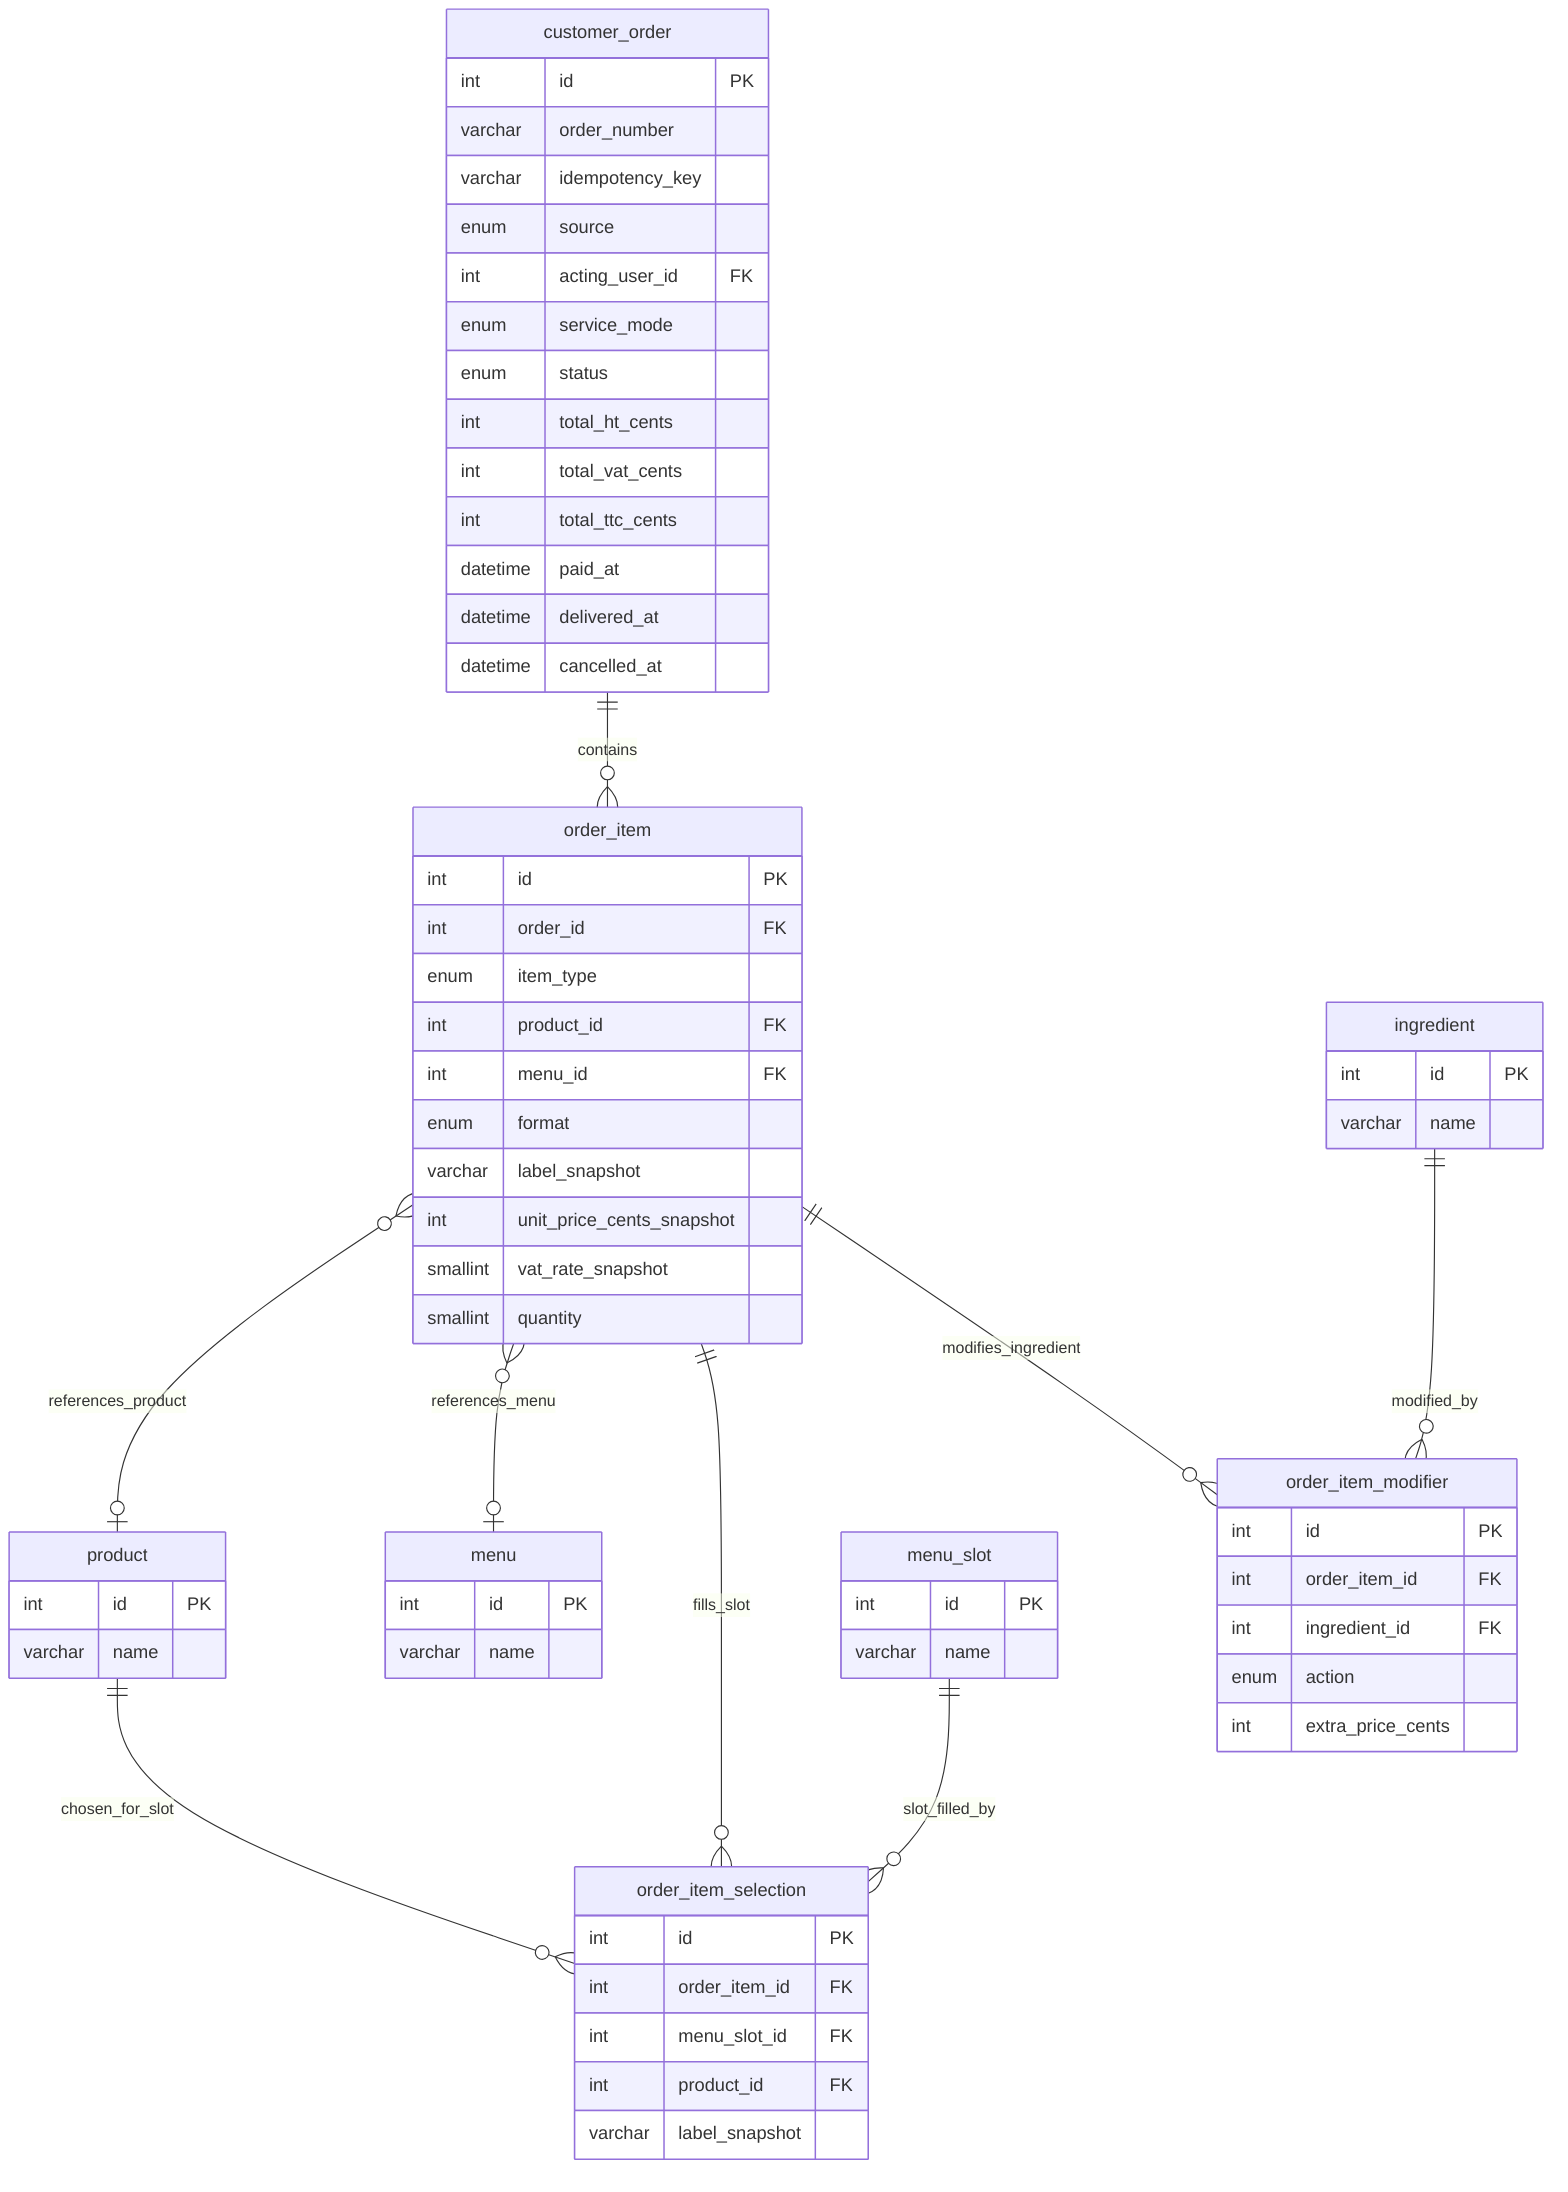
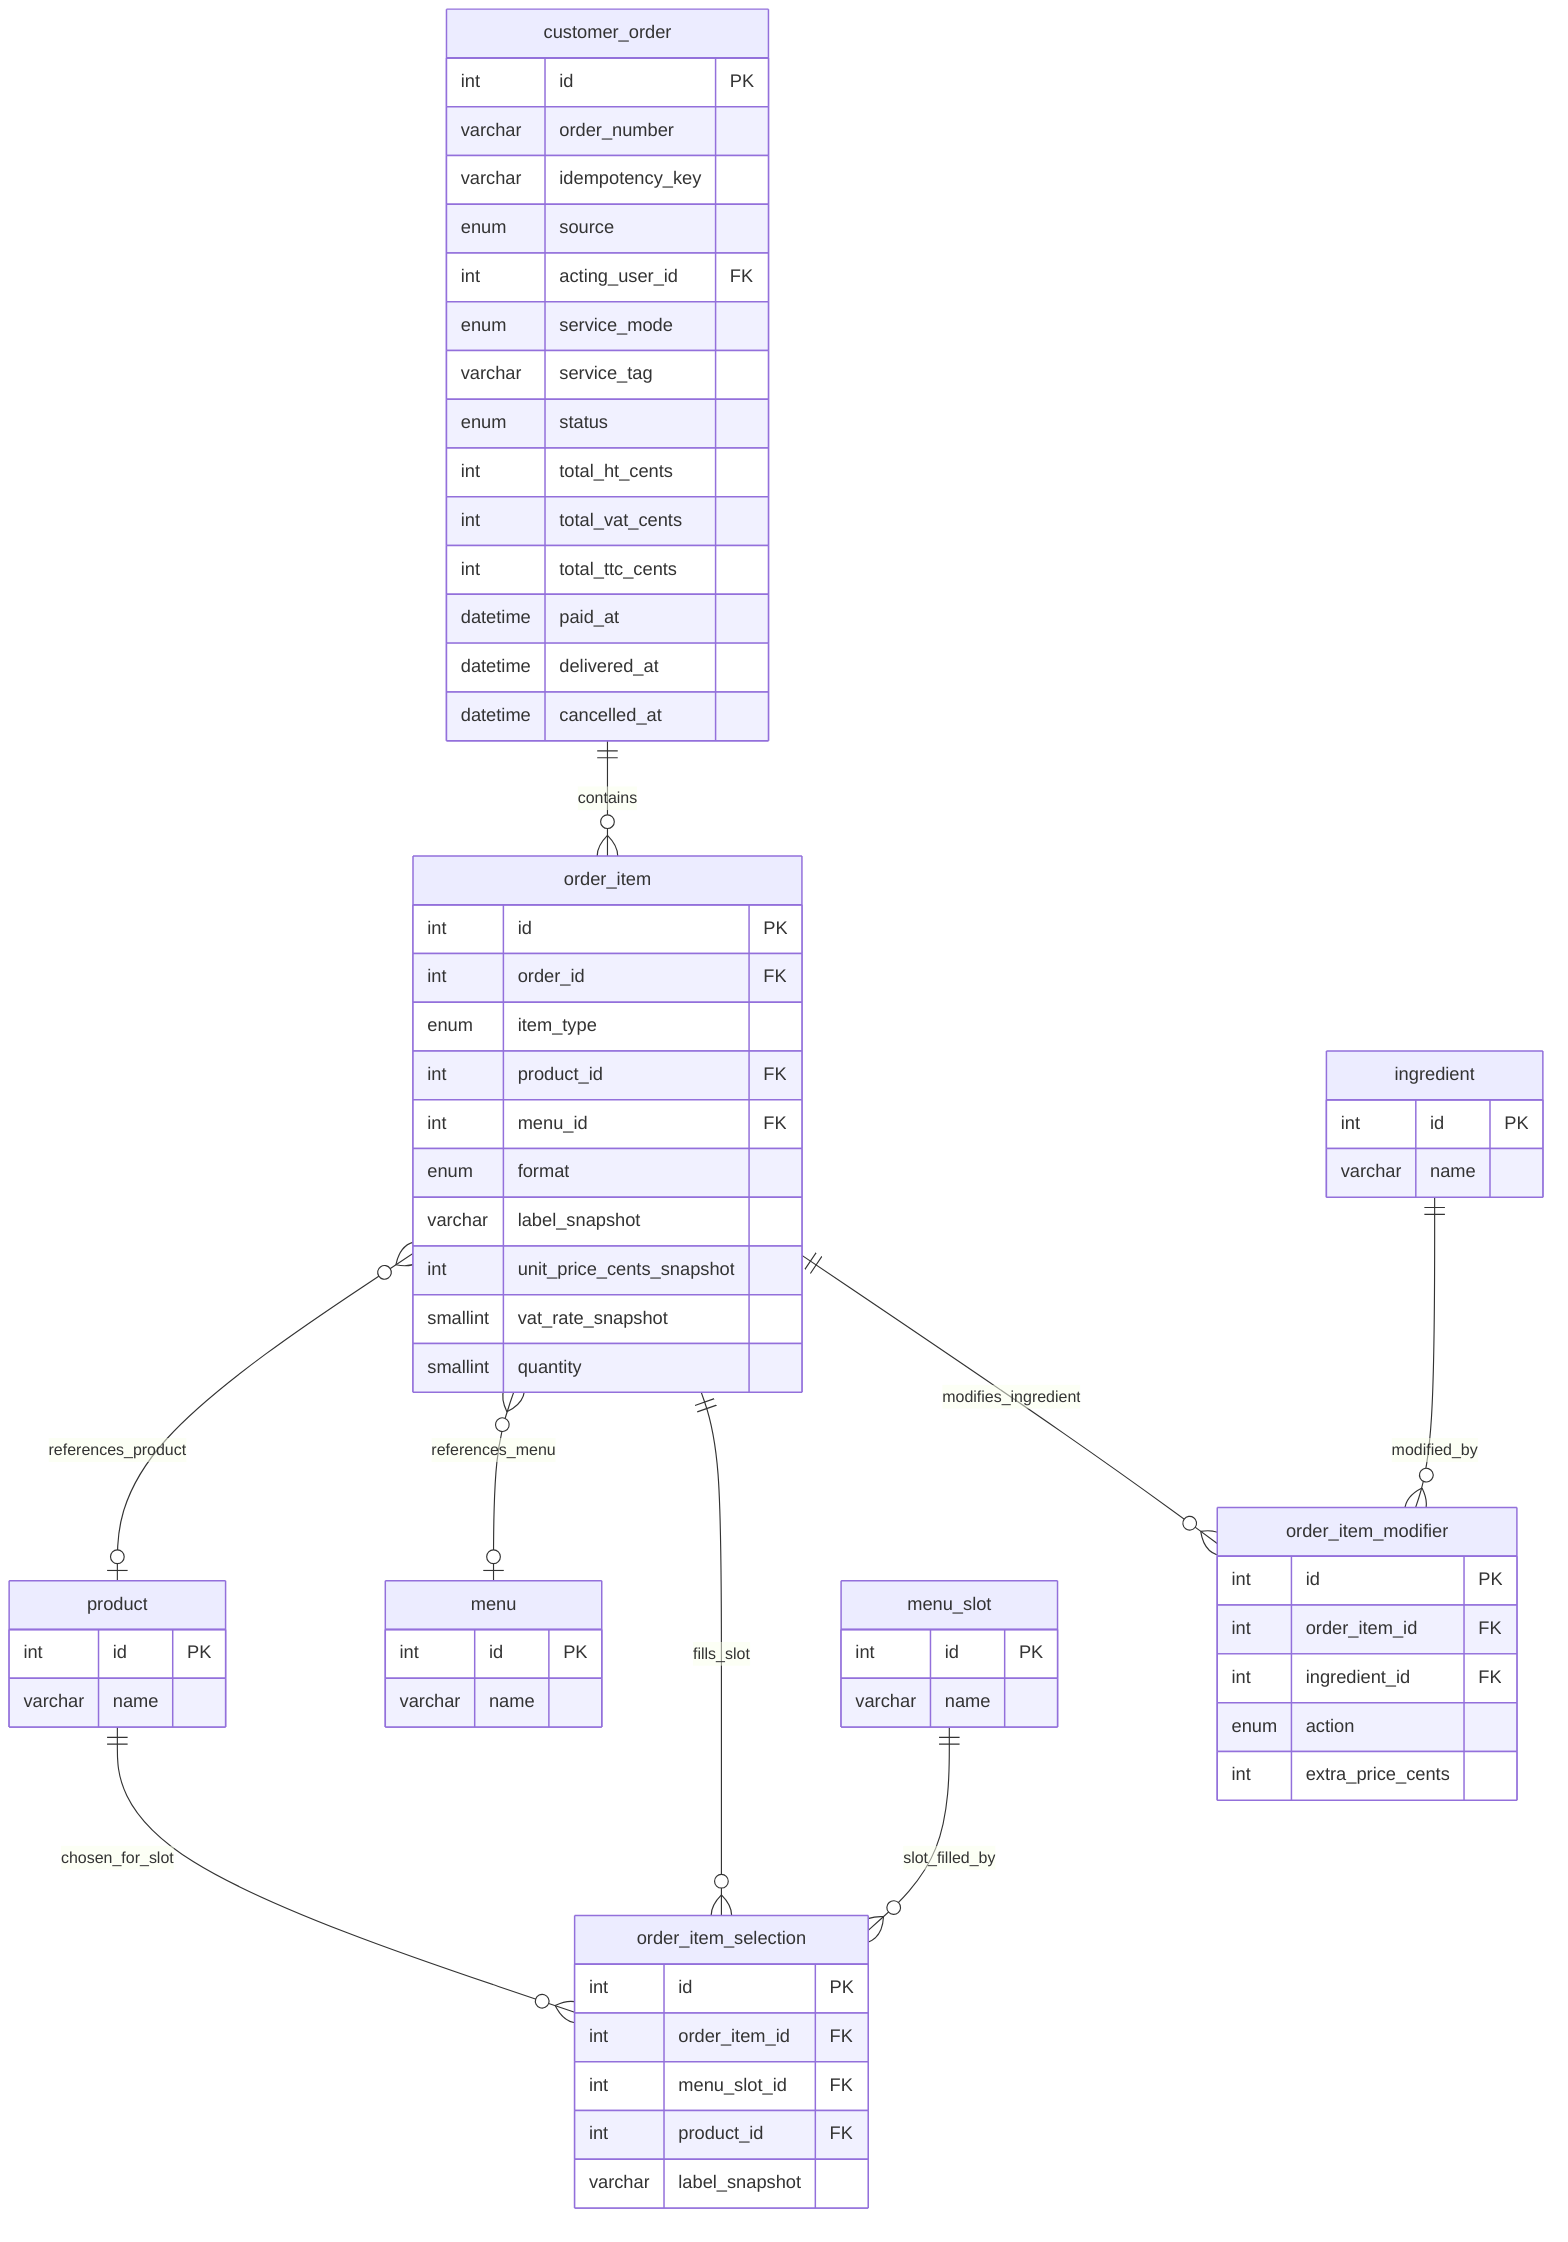
erDiagram
    customer_order {
        int id PK
        varchar order_number
        varchar idempotency_key
        enum source
        int acting_user_id FK
        enum service_mode
+         varchar service_tag
        enum status
        int total_ht_cents
        int total_vat_cents
        int total_ttc_cents
        datetime paid_at
        datetime delivered_at
        datetime cancelled_at
    }
    order_item {
        int id PK
        int order_id FK
        enum item_type
        int product_id FK
        int menu_id FK
        enum format
        varchar label_snapshot
        int unit_price_cents_snapshot
        smallint vat_rate_snapshot
        smallint quantity
    }
    order_item_selection {
        int id PK
        int order_item_id FK
        int menu_slot_id FK
        int product_id FK
        varchar label_snapshot
    }
    order_item_modifier {
        int id PK
        int order_item_id FK
        int ingredient_id FK
        enum action
        int extra_price_cents
    }
    product {
        int id PK
        varchar name
    }
    menu {
        int id PK
        varchar name
    }
    menu_slot {
        int id PK
        varchar name
    }
    ingredient {
        int id PK
        varchar name
    }

    customer_order ||--o{ order_item : "contains"
    order_item }o--o| product : "references_product"
    order_item }o--o| menu : "references_menu"
    order_item ||--o{ order_item_selection : "fills_slot"
    order_item ||--o{ order_item_modifier : "modifies_ingredient"
    menu_slot ||--o{ order_item_selection : "slot_filled_by"
    product ||--o{ order_item_selection : "chosen_for_slot"
    ingredient ||--o{ order_item_modifier : "modified_by"
